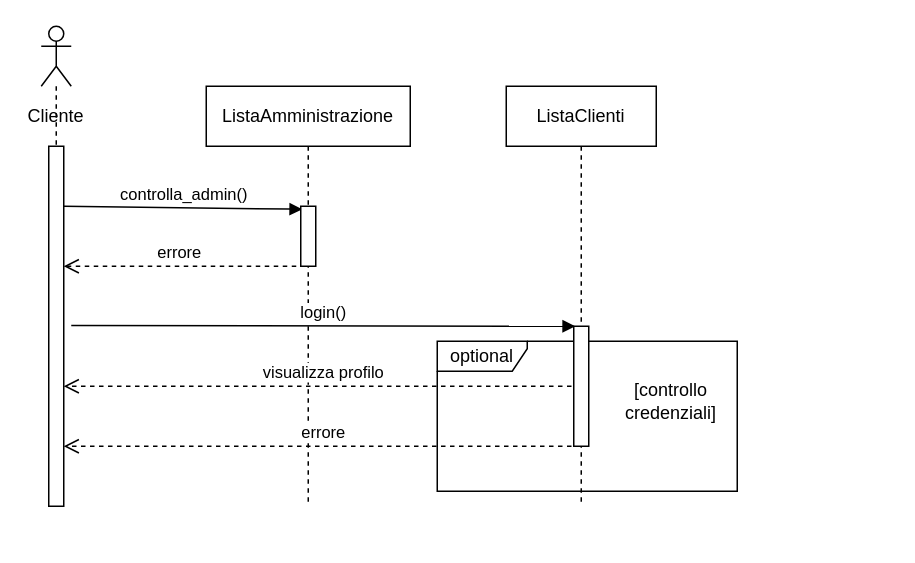
This is Diagrammi_delle_sequenze/modificabili/diagramma_login_cliente.drawio from fd-col/ProgettoIngegneriaDelSoftware, a draw.io file, before an edit. Source tidied: cells renumbered, new cells numbered last; positions are measured from the earlier drawing's top-left corner, leaving out a move shared by most shapes. Both pictures are drawn from the tidied source at 150%, with x=0, y=0 at pixel (26, 26).
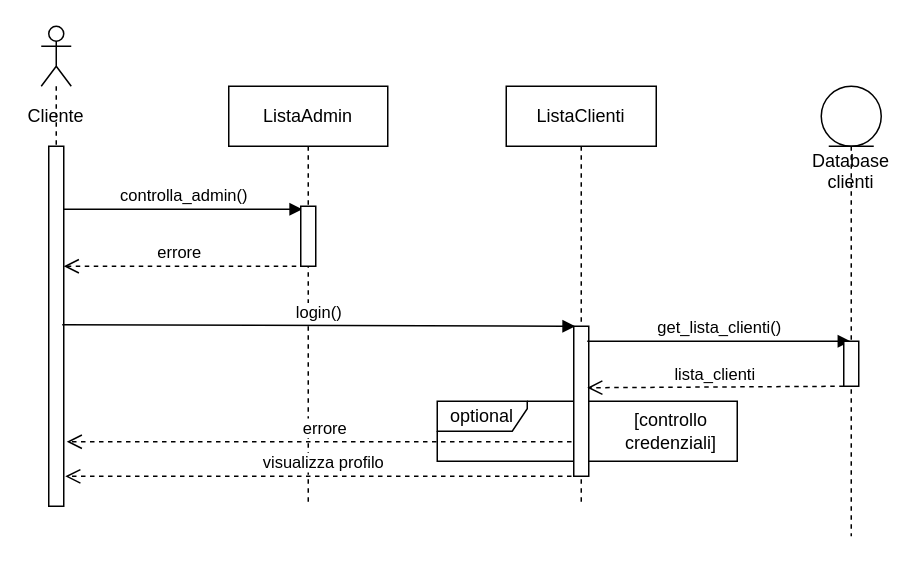
After the change.

Unchanged cells that the change refers to:
```xml
<mxCell id="3" style="html=1;points=[];perimeter=orthogonalPerimeter;" parent="1" vertex="1">
  <mxGeometry x="15" y="80" width="10" height="240" as="geometry" />
</mxCell>
<mxCell id="4" value="&lt;div&gt;ListaClienti&lt;/div&gt;" style="shape=umlLifeline;perimeter=lifelinePerimeter;whiteSpace=wrap;html=1;outlineConnect=0;" parent="1" vertex="1">
  <mxGeometry x="320" y="40" width="100" height="280" as="geometry" />
</mxCell>
<mxCell id="9" style="html=1;points=[];perimeter=orthogonalPerimeter;" parent="1" vertex="1">
  <mxGeometry x="183" y="120" width="10" height="40" as="geometry" />
</mxCell>
```

The edit, as a diff of the source:
```diff
@@
-    <mxCell id="6" value="ListaAmministrazione" style="shape=umlLifeline;perimeter=lifelinePerimeter;whiteSpace=wrap;html=1;" parent="1" vertex="1">
-      <mxGeometry x="120" y="40" width="136" height="280" as="geometry" />
+    <mxCell id="6" value="ListaAdmin" style="shape=umlLifeline;perimeter=lifelinePerimeter;whiteSpace=wrap;html=1;" parent="1" vertex="1">
+      <mxGeometry x="135" y="40" width="106" height="280" as="geometry" />
     </mxCell>
     <mxCell id="7" value="controlla_admin()" style="html=1;verticalAlign=bottom;endArrow=block;entryX=0.1;entryY=0.05;entryDx=0;entryDy=0;entryPerimeter=0;" parent="1" edge="1" target="9">
       <mxGeometry relative="1" as="geometry">
-        <mxPoint x="25" y="120" as="sourcePoint" />
+        <mxPoint x="25" y="122" as="sourcePoint" />
       </mxGeometry>
     </mxCell>
@@
-    <mxCell id="10" value="login()" style="html=1;verticalAlign=bottom;endArrow=block;entryX=0.1;entryY=0;entryDx=0;entryDy=0;entryPerimeter=0;" parent="1" edge="1" target="15">
-      <mxGeometry relative="1" as="geometry">
-        <mxPoint x="30" y="199.5" as="sourcePoint" />
-      </mxGeometry>
+    <mxCell id="10" value="login()" style="html=1;verticalAlign=bottom;endArrow=block;entryX=0.1;entryY=0;entryDx=0;entryDy=0;entryPerimeter=0;exitX=0.9;exitY=0.496;exitDx=0;exitDy=0;exitPerimeter=0;" parent="1" edge="1" source="3" target="15">
+      <mxGeometry relative="1" as="geometry" />
     </mxCell>
-    <mxCell id="11" value="&lt;div&gt;visualizza profilo&lt;/div&gt;" style="html=1;verticalAlign=bottom;endArrow=open;dashed=1;endSize=8;" parent="1" edge="1" source="4">
+    <mxCell id="11" value="&lt;div&gt;visualizza profilo&lt;/div&gt;" style="html=1;verticalAlign=bottom;endArrow=open;dashed=1;endSize=8;entryX=1.1;entryY=0.917;entryDx=0;entryDy=0;entryPerimeter=0;" parent="1" edge="1" source="4" target="3">
       <mxGeometry relative="1" as="geometry">
-        <mxPoint x="25" y="240" as="targetPoint" />
         <Array as="points">
-          <mxPoint x="150" y="240" />
-          <mxPoint x="60" y="240" />
+          <mxPoint x="240" y="300" />
+          <mxPoint x="180" y="300" />
+          <mxPoint x="130" y="300" />
+          <mxPoint x="70" y="300" />
         </Array>
       </mxGeometry>
     </mxCell>
     <mxCell id="12" value="optional" style="shape=umlFrame;whiteSpace=wrap;html=1;width=60;height=20;" parent="1" vertex="1">
-      <mxGeometry x="274" y="210" width="200" height="100" as="geometry" />
+      <mxGeometry x="274" y="250" width="200" height="40" as="geometry" />
     </mxCell>
     <mxCell id="13" value="[controllo credenziali]" style="text;html=1;strokeColor=none;fillColor=none;align=center;verticalAlign=middle;whiteSpace=wrap;rounded=0;" parent="1" vertex="1">
-      <mxGeometry x="410" y="240" width="40" height="20" as="geometry" />
+      <mxGeometry x="410" y="260" width="40" height="20" as="geometry" />
     </mxCell>
-    <mxCell id="14" value="errore" style="html=1;verticalAlign=bottom;endArrow=open;dashed=1;endSize=8;" parent="1" edge="1" source="4">
+    <mxCell id="14" value="errore" style="html=1;verticalAlign=bottom;endArrow=open;dashed=1;endSize=8;entryX=1.2;entryY=0.75;entryDx=0;entryDy=0;entryPerimeter=0;" parent="1" edge="1">
       <mxGeometry relative="1" as="geometry">
-        <mxPoint x="25" y="280" as="targetPoint" />
+        <mxPoint x="369.5" y="277" as="sourcePoint" />
+        <mxPoint x="27" y="277" as="targetPoint" />
+        <Array as="points">
+          <mxPoint x="250" y="277" />
+        </Array>
       </mxGeometry>
     </mxCell>
     <mxCell id="15" style="html=1;points=[];perimeter=orthogonalPerimeter;" parent="1" vertex="1">
-      <mxGeometry x="365" y="200" width="10" height="80" as="geometry" />
+      <mxGeometry x="365" y="200" width="10" height="100" as="geometry" />
     </mxCell>
+    <mxCell id="16" value="Database&lt;br&gt;clienti" style="shape=umlLifeline;participant=umlEntity;perimeter=lifelinePerimeter;whiteSpace=wrap;html=1;verticalAlign=top;spacingTop=36;outlineConnect=0;" parent="1" vertex="1">
+      <mxGeometry x="530" y="40" width="40" height="300" as="geometry" />
+    </mxCell>
+    <mxCell id="17" value="get_lista_clienti()" style="html=1;verticalAlign=bottom;endArrow=block;exitX=0.9;exitY=0.1;exitDx=0;exitDy=0;exitPerimeter=0;" parent="1" edge="1" source="15" target="16">
+      <mxGeometry relative="1" as="geometry" />
+    </mxCell>
+    <mxCell id="18" style="html=1;perimeter=orthogonalPerimeter;" parent="1" vertex="1">
+      <mxGeometry x="545" y="210" width="10" height="30" as="geometry" />
+    </mxCell>
+    <mxCell id="19" value="lista_clienti" style="html=1;verticalAlign=bottom;endArrow=open;dashed=1;endSize=8;entryX=0.9;entryY=0.41;entryDx=0;entryDy=0;entryPerimeter=0;" parent="1" edge="1" target="15">
+      <mxGeometry relative="1" as="geometry">
+        <mxPoint x="545" y="240" as="sourcePoint" />
+      </mxGeometry>
+    </mxCell>
```
